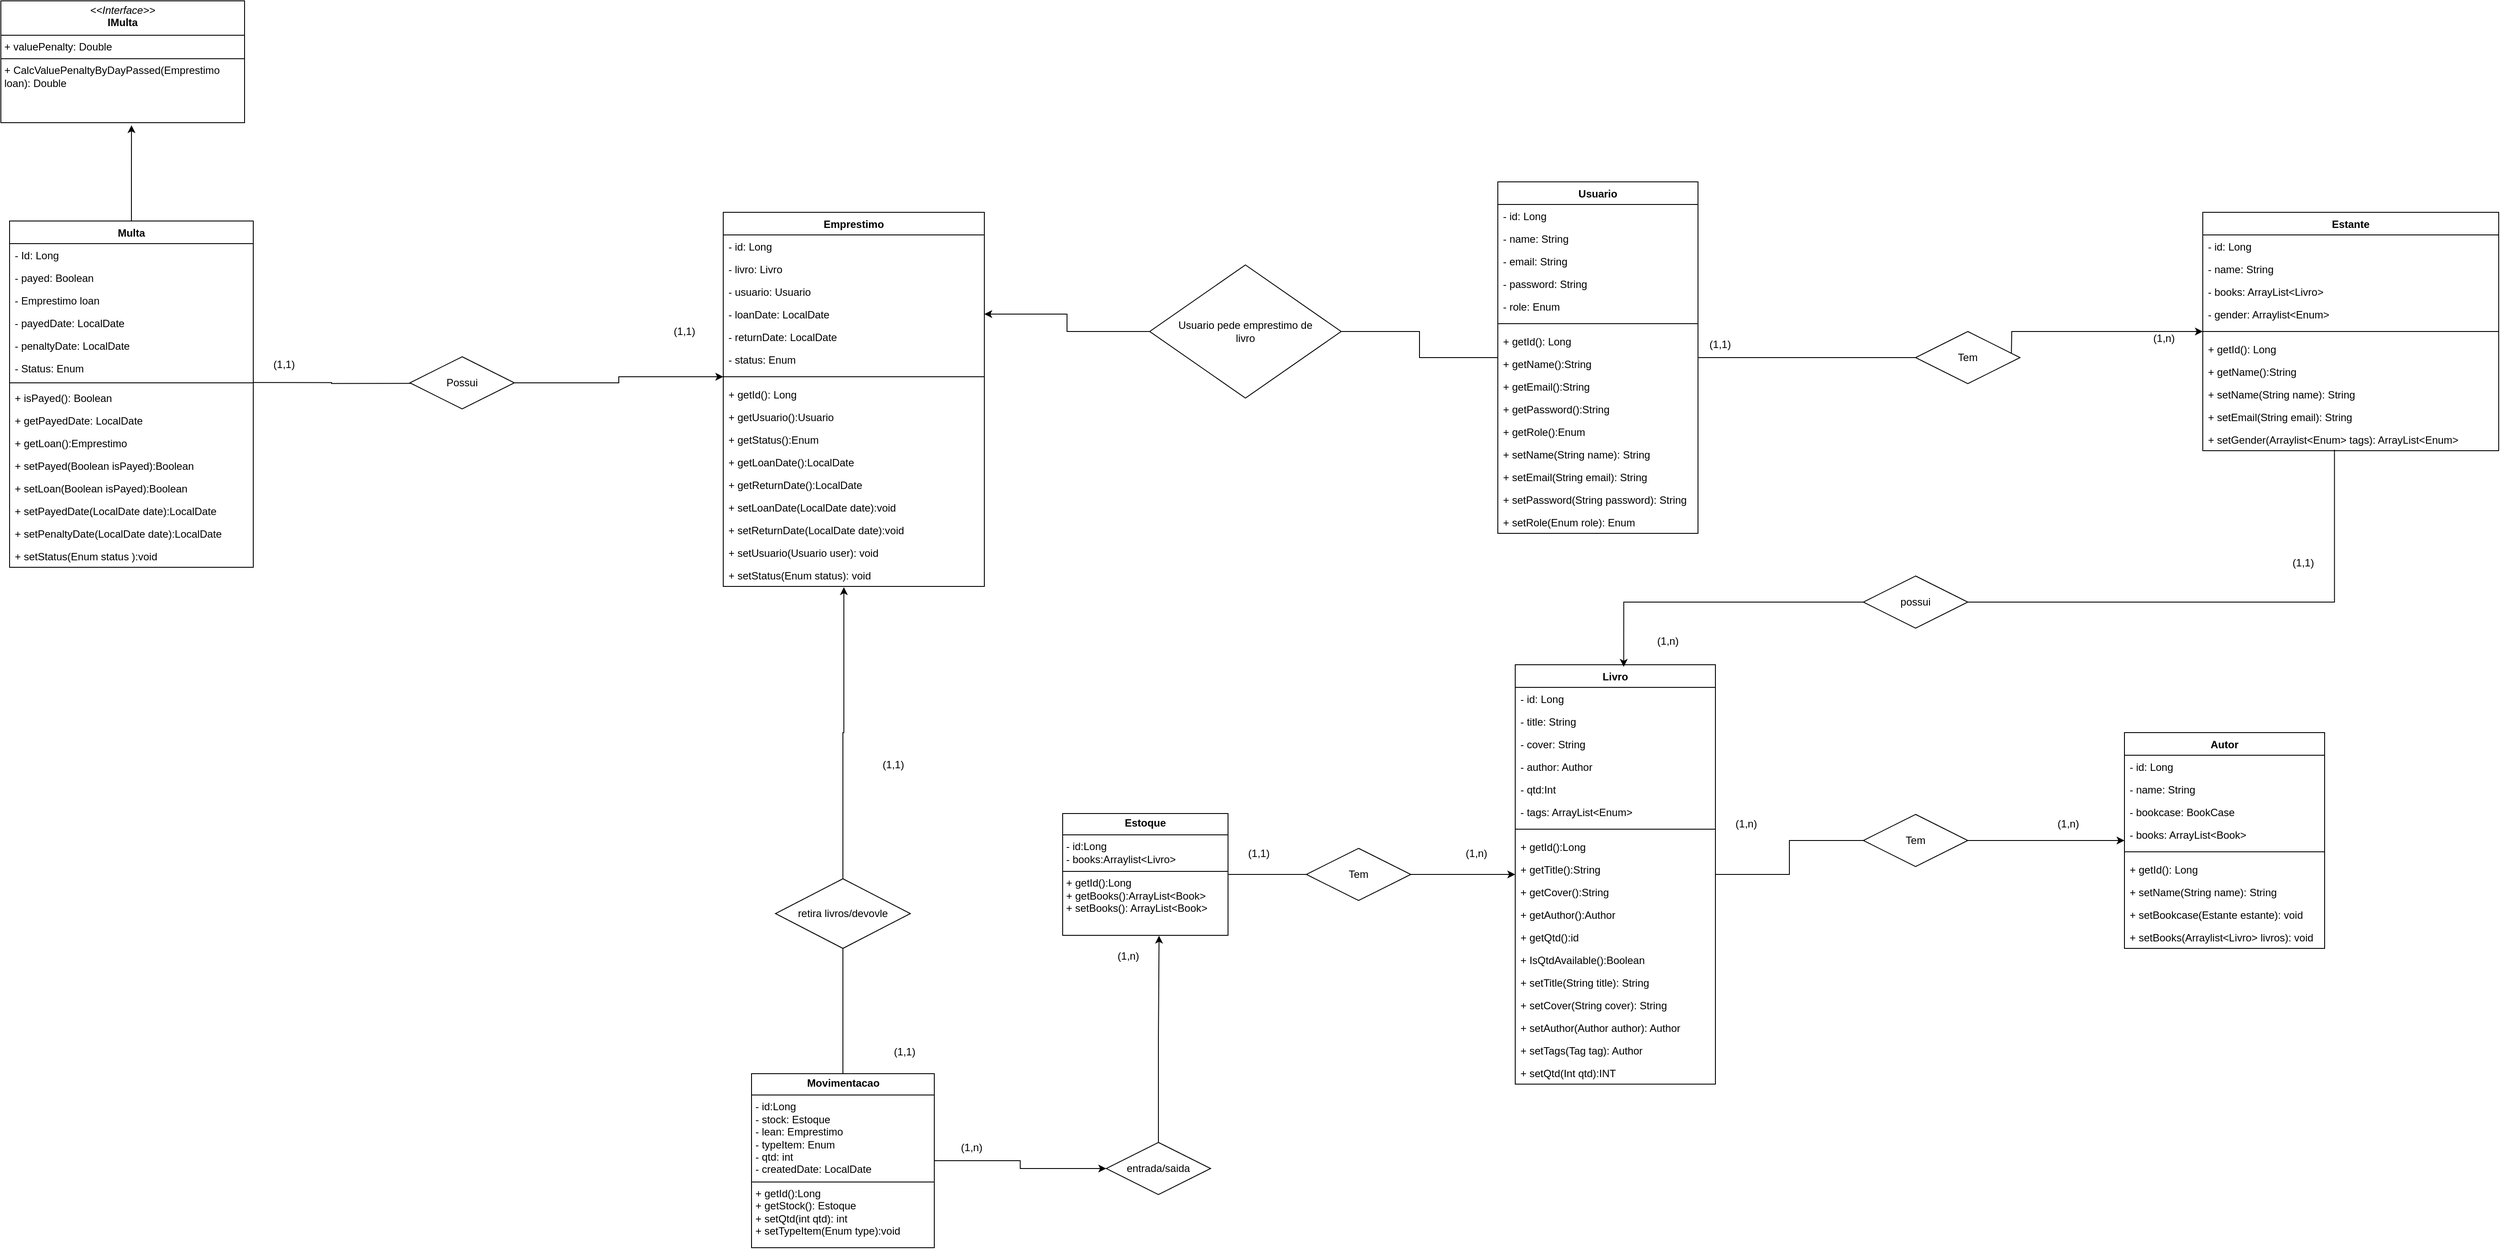
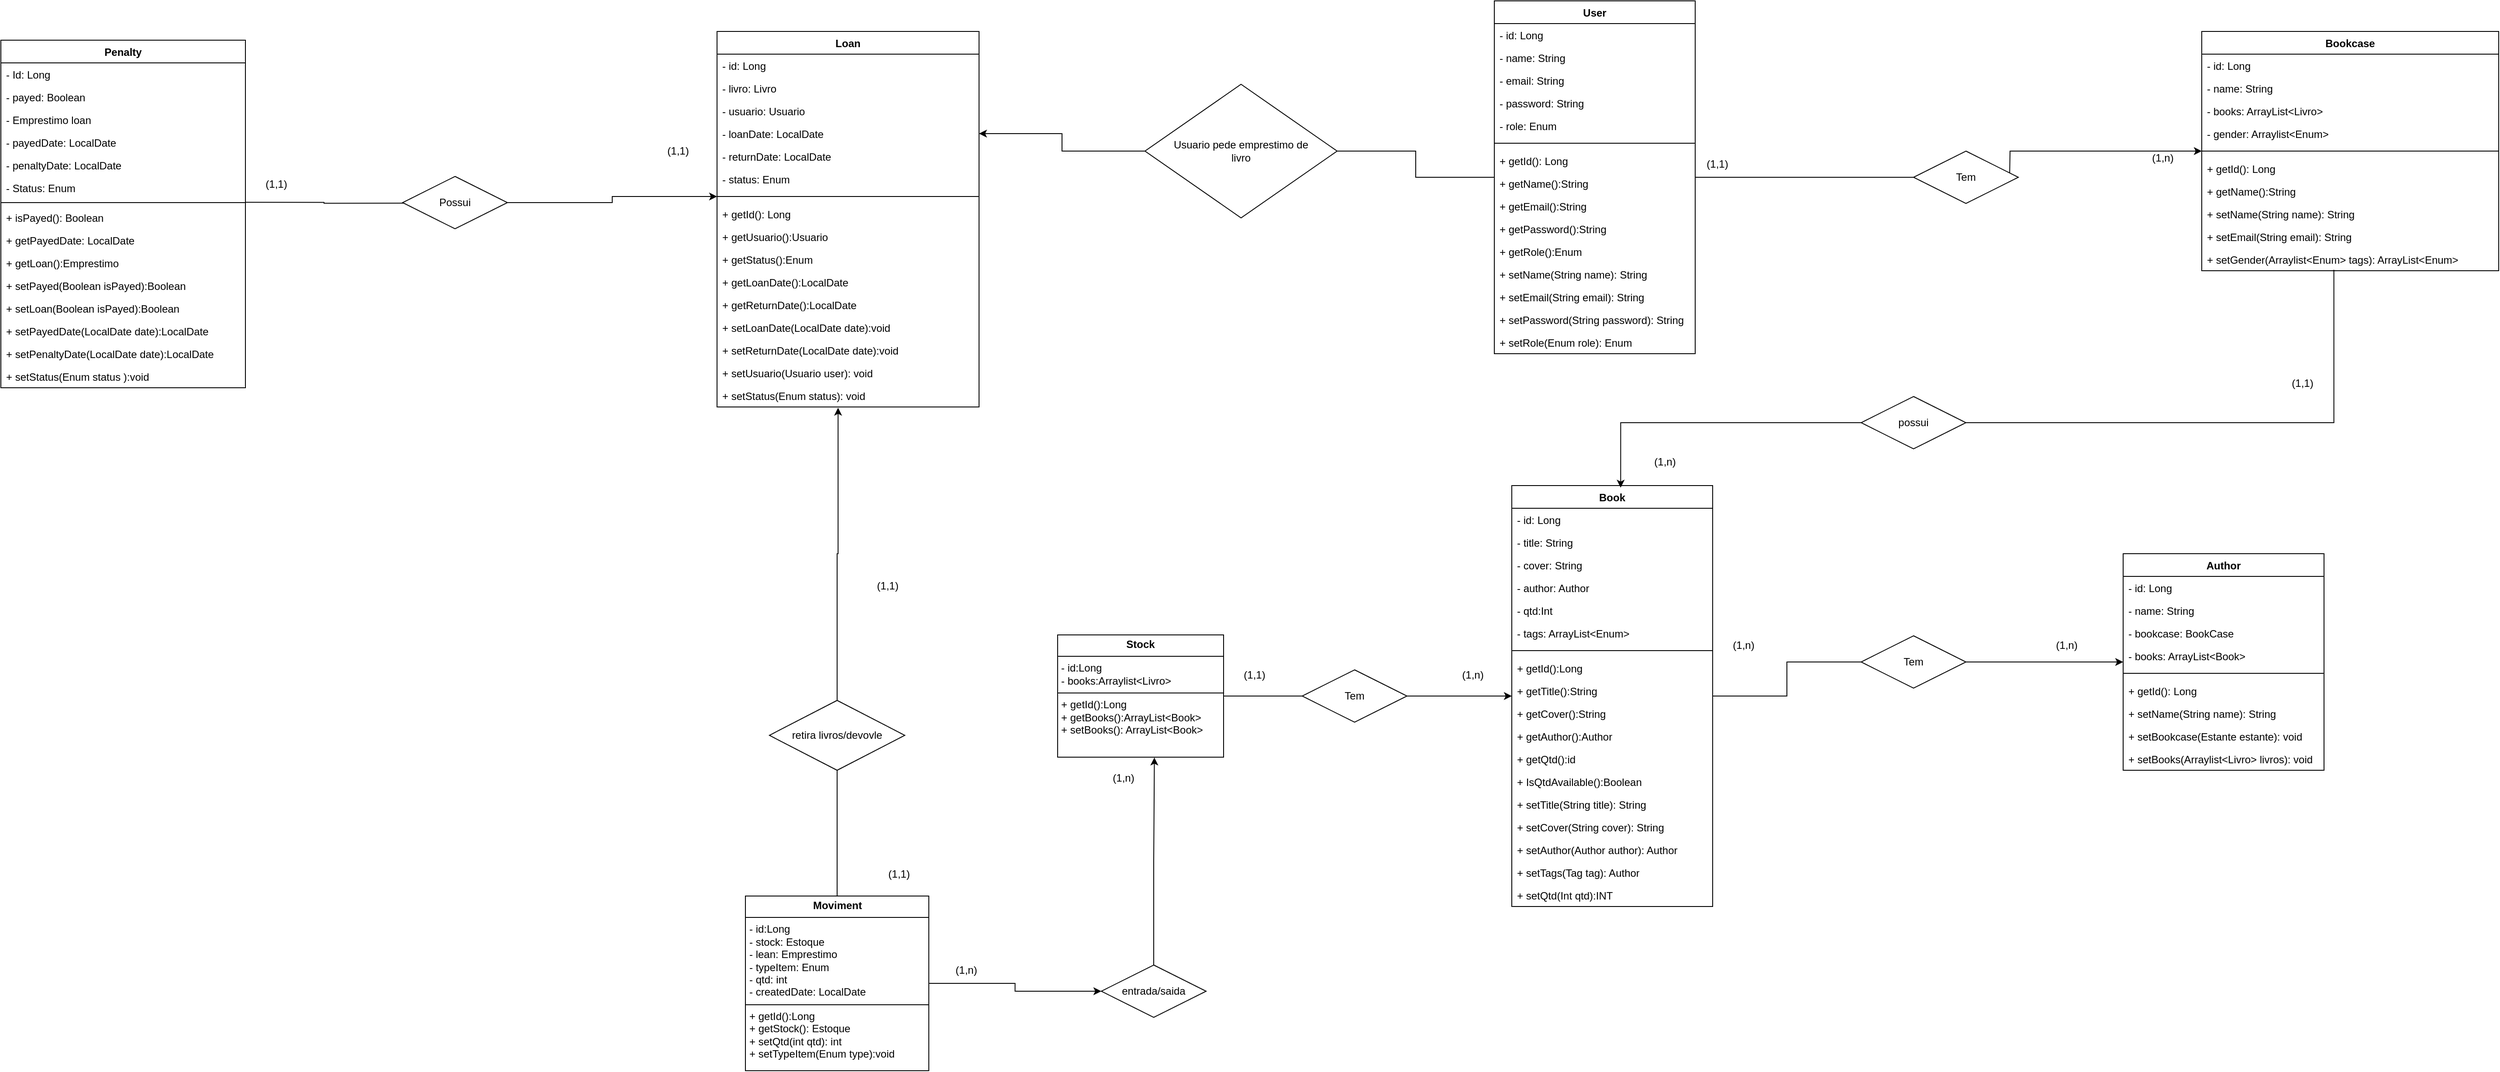
<mxfile host="Electron" agent="Mozilla/5.0 (Windows NT 10.0; Win64; x64) AppleWebKit/537.36 (KHTML, like Gecko) draw.io/29.6.6 Chrome/144.0.7559.236 Electron/40.8.4 Safari/537.36" version="29.6.6">
  <diagram name="Página-1" id="Kx7T9UcbU51RKCMPcttM">
    <mxGraphModel dx="4016" dy="1816" grid="1" gridSize="10" guides="1" tooltips="1" connect="1" arrows="1" fold="1" page="1" pageScale="1" pageWidth="1169" pageHeight="827" math="0" shadow="0">
      <root>
        <mxCell id="0" />
        <mxCell id="1" parent="0" />
        <mxCell id="uXCx0sb0L0lpM-7Oejf6-9" edge="1" parent="1" source="KmSjKLGz71K4W9qImJ2B-2" style="edgeStyle=orthogonalEdgeStyle;rounded=0;orthogonalLoop=1;jettySize=auto;html=1;endArrow=none;endFill=0;entryX=0;entryY=0.5;entryDx=0;entryDy=0;" target="VC9RXPg_d_1Dh3A2mj1C-4">
          <mxGeometry relative="1" as="geometry">
            <mxPoint x="640" y="-2.9999999999997726" as="targetPoint" />
          </mxGeometry>
        </mxCell>
        <mxCell id="VC9RXPg_d_1Dh3A2mj1C-3" edge="1" parent="1" source="KmSjKLGz71K4W9qImJ2B-2" style="edgeStyle=orthogonalEdgeStyle;rounded=0;orthogonalLoop=1;jettySize=auto;html=1;entryX=1;entryY=0.5;entryDx=0;entryDy=0;endArrow=none;endFill=0;" target="VC9RXPg_d_1Dh3A2mj1C-1">
          <mxGeometry relative="1" as="geometry" />
        </mxCell>
-         <mxCell id="KmSjKLGz71K4W9qImJ2B-2" parent="1" style="swimlane;fontStyle=1;align=center;verticalAlign=top;childLayout=stackLayout;horizontal=1;startSize=26;horizontalStack=0;resizeParent=1;resizeParentMax=0;resizeLast=0;collapsible=1;marginBottom=0;whiteSpace=wrap;html=1;" value="Usuario" vertex="1">
+         <mxCell id="KmSjKLGz71K4W9qImJ2B-2" parent="1" style="swimlane;fontStyle=1;align=center;verticalAlign=top;childLayout=stackLayout;horizontal=1;startSize=26;horizontalStack=0;resizeParent=1;resizeParentMax=0;resizeLast=0;collapsible=1;marginBottom=0;whiteSpace=wrap;html=1;" value="User" vertex="1">
          <mxGeometry height="404" width="230" x="140" y="-205" as="geometry" />
        </mxCell>
        <mxCell id="KmSjKLGz71K4W9qImJ2B-3" parent="KmSjKLGz71K4W9qImJ2B-2" style="text;strokeColor=none;fillColor=none;align=left;verticalAlign=top;spacingLeft=4;spacingRight=4;overflow=hidden;rotatable=0;points=[[0,0.5],[1,0.5]];portConstraint=eastwest;whiteSpace=wrap;html=1;" value="- id: Long" vertex="1">
          <mxGeometry height="26" width="230" y="26" as="geometry" />
        </mxCell>
        <mxCell id="KmSjKLGz71K4W9qImJ2B-6" parent="KmSjKLGz71K4W9qImJ2B-2" style="text;strokeColor=none;fillColor=none;align=left;verticalAlign=top;spacingLeft=4;spacingRight=4;overflow=hidden;rotatable=0;points=[[0,0.5],[1,0.5]];portConstraint=eastwest;whiteSpace=wrap;html=1;" value="- name: String" vertex="1">
          <mxGeometry height="26" width="230" y="52" as="geometry" />
        </mxCell>
        <mxCell id="KmSjKLGz71K4W9qImJ2B-7" parent="KmSjKLGz71K4W9qImJ2B-2" style="text;strokeColor=none;fillColor=none;align=left;verticalAlign=top;spacingLeft=4;spacingRight=4;overflow=hidden;rotatable=0;points=[[0,0.5],[1,0.5]];portConstraint=eastwest;whiteSpace=wrap;html=1;" value="- email: String" vertex="1">
          <mxGeometry height="26" width="230" y="78" as="geometry" />
        </mxCell>
        <mxCell id="KmSjKLGz71K4W9qImJ2B-8" parent="KmSjKLGz71K4W9qImJ2B-2" style="text;strokeColor=none;fillColor=none;align=left;verticalAlign=top;spacingLeft=4;spacingRight=4;overflow=hidden;rotatable=0;points=[[0,0.5],[1,0.5]];portConstraint=eastwest;whiteSpace=wrap;html=1;" value="- password: String" vertex="1">
          <mxGeometry height="26" width="230" y="104" as="geometry" />
        </mxCell>
        <mxCell id="KmSjKLGz71K4W9qImJ2B-9" parent="KmSjKLGz71K4W9qImJ2B-2" style="text;strokeColor=none;fillColor=none;align=left;verticalAlign=top;spacingLeft=4;spacingRight=4;overflow=hidden;rotatable=0;points=[[0,0.5],[1,0.5]];portConstraint=eastwest;whiteSpace=wrap;html=1;" value="- role: Enum" vertex="1">
          <mxGeometry height="26" width="230" y="130" as="geometry" />
        </mxCell>
        <mxCell id="KmSjKLGz71K4W9qImJ2B-4" parent="KmSjKLGz71K4W9qImJ2B-2" style="line;strokeWidth=1;fillColor=none;align=left;verticalAlign=middle;spacingTop=-1;spacingLeft=3;spacingRight=3;rotatable=0;labelPosition=right;points=[];portConstraint=eastwest;strokeColor=inherit;" value="" vertex="1">
          <mxGeometry height="14" width="230" y="156" as="geometry" />
        </mxCell>
        <mxCell id="KmSjKLGz71K4W9qImJ2B-5" parent="KmSjKLGz71K4W9qImJ2B-2" style="text;strokeColor=none;fillColor=none;align=left;verticalAlign=top;spacingLeft=4;spacingRight=4;overflow=hidden;rotatable=0;points=[[0,0.5],[1,0.5]];portConstraint=eastwest;whiteSpace=wrap;html=1;" value="+ getId(): Long" vertex="1">
          <mxGeometry height="26" width="230" y="170" as="geometry" />
        </mxCell>
        <mxCell id="KmSjKLGz71K4W9qImJ2B-10" parent="KmSjKLGz71K4W9qImJ2B-2" style="text;strokeColor=none;fillColor=none;align=left;verticalAlign=top;spacingLeft=4;spacingRight=4;overflow=hidden;rotatable=0;points=[[0,0.5],[1,0.5]];portConstraint=eastwest;whiteSpace=wrap;html=1;" value="+ getName():String" vertex="1">
          <mxGeometry height="26" width="230" y="196" as="geometry" />
        </mxCell>
        <mxCell id="KmSjKLGz71K4W9qImJ2B-11" parent="KmSjKLGz71K4W9qImJ2B-2" style="text;strokeColor=none;fillColor=none;align=left;verticalAlign=top;spacingLeft=4;spacingRight=4;overflow=hidden;rotatable=0;points=[[0,0.5],[1,0.5]];portConstraint=eastwest;whiteSpace=wrap;html=1;" value="+ getEmail():String" vertex="1">
          <mxGeometry height="26" width="230" y="222" as="geometry" />
        </mxCell>
        <mxCell id="KmSjKLGz71K4W9qImJ2B-12" parent="KmSjKLGz71K4W9qImJ2B-2" style="text;strokeColor=none;fillColor=none;align=left;verticalAlign=top;spacingLeft=4;spacingRight=4;overflow=hidden;rotatable=0;points=[[0,0.5],[1,0.5]];portConstraint=eastwest;whiteSpace=wrap;html=1;" value="+ getPassword():String" vertex="1">
          <mxGeometry height="26" width="230" y="248" as="geometry" />
        </mxCell>
        <mxCell id="KmSjKLGz71K4W9qImJ2B-13" parent="KmSjKLGz71K4W9qImJ2B-2" style="text;strokeColor=none;fillColor=none;align=left;verticalAlign=top;spacingLeft=4;spacingRight=4;overflow=hidden;rotatable=0;points=[[0,0.5],[1,0.5]];portConstraint=eastwest;whiteSpace=wrap;html=1;" value="+ getRole():Enum" vertex="1">
          <mxGeometry height="26" width="230" y="274" as="geometry" />
        </mxCell>
        <mxCell id="KmSjKLGz71K4W9qImJ2B-14" parent="KmSjKLGz71K4W9qImJ2B-2" style="text;strokeColor=none;fillColor=none;align=left;verticalAlign=top;spacingLeft=4;spacingRight=4;overflow=hidden;rotatable=0;points=[[0,0.5],[1,0.5]];portConstraint=eastwest;whiteSpace=wrap;html=1;" value="+ setName(String name): String" vertex="1">
          <mxGeometry height="26" width="230" y="300" as="geometry" />
        </mxCell>
        <mxCell id="KmSjKLGz71K4W9qImJ2B-15" parent="KmSjKLGz71K4W9qImJ2B-2" style="text;strokeColor=none;fillColor=none;align=left;verticalAlign=top;spacingLeft=4;spacingRight=4;overflow=hidden;rotatable=0;points=[[0,0.5],[1,0.5]];portConstraint=eastwest;whiteSpace=wrap;html=1;" value="+ setEmail(String email): String" vertex="1">
          <mxGeometry height="26" width="230" y="326" as="geometry" />
        </mxCell>
        <mxCell id="KmSjKLGz71K4W9qImJ2B-16" parent="KmSjKLGz71K4W9qImJ2B-2" style="text;strokeColor=none;fillColor=none;align=left;verticalAlign=top;spacingLeft=4;spacingRight=4;overflow=hidden;rotatable=0;points=[[0,0.5],[1,0.5]];portConstraint=eastwest;whiteSpace=wrap;html=1;" value="+ setPassword(String password): String" vertex="1">
          <mxGeometry height="26" width="230" y="352" as="geometry" />
        </mxCell>
        <mxCell id="KmSjKLGz71K4W9qImJ2B-17" parent="KmSjKLGz71K4W9qImJ2B-2" style="text;strokeColor=none;fillColor=none;align=left;verticalAlign=top;spacingLeft=4;spacingRight=4;overflow=hidden;rotatable=0;points=[[0,0.5],[1,0.5]];portConstraint=eastwest;whiteSpace=wrap;html=1;" value="+ setRole(Enum role): Enum" vertex="1">
          <mxGeometry height="26" width="230" y="378" as="geometry" />
        </mxCell>
        <mxCell id="uXCx0sb0L0lpM-7Oejf6-8" edge="1" parent="1" source="KmSjKLGz71K4W9qImJ2B-35" style="edgeStyle=orthogonalEdgeStyle;rounded=0;orthogonalLoop=1;jettySize=auto;html=1;entryX=0;entryY=0.5;entryDx=0;entryDy=0;endArrow=none;endFill=0;" target="VC9RXPg_d_1Dh3A2mj1C-8">
          <mxGeometry relative="1" as="geometry">
            <mxPoint x="520" y="552" as="targetPoint" />
          </mxGeometry>
        </mxCell>
-         <mxCell id="KmSjKLGz71K4W9qImJ2B-35" parent="1" style="swimlane;fontStyle=1;align=center;verticalAlign=top;childLayout=stackLayout;horizontal=1;startSize=26;horizontalStack=0;resizeParent=1;resizeParentMax=0;resizeLast=0;collapsible=1;marginBottom=0;whiteSpace=wrap;html=1;" value="Livro" vertex="1">
+         <mxCell id="KmSjKLGz71K4W9qImJ2B-35" parent="1" style="swimlane;fontStyle=1;align=center;verticalAlign=top;childLayout=stackLayout;horizontal=1;startSize=26;horizontalStack=0;resizeParent=1;resizeParentMax=0;resizeLast=0;collapsible=1;marginBottom=0;whiteSpace=wrap;html=1;" value="Book" vertex="1">
          <mxGeometry height="482" width="230" x="160" y="350" as="geometry" />
        </mxCell>
        <mxCell id="KmSjKLGz71K4W9qImJ2B-36" parent="KmSjKLGz71K4W9qImJ2B-35" style="text;strokeColor=none;fillColor=none;align=left;verticalAlign=top;spacingLeft=4;spacingRight=4;overflow=hidden;rotatable=0;points=[[0,0.5],[1,0.5]];portConstraint=eastwest;whiteSpace=wrap;html=1;" value="- id: Long" vertex="1">
          <mxGeometry height="26" width="230" y="26" as="geometry" />
        </mxCell>
        <mxCell id="KmSjKLGz71K4W9qImJ2B-38" parent="KmSjKLGz71K4W9qImJ2B-35" style="text;strokeColor=none;fillColor=none;align=left;verticalAlign=top;spacingLeft=4;spacingRight=4;overflow=hidden;rotatable=0;points=[[0,0.5],[1,0.5]];portConstraint=eastwest;whiteSpace=wrap;html=1;" value="- title: String" vertex="1">
          <mxGeometry height="26" width="230" y="52" as="geometry" />
        </mxCell>
        <mxCell id="KmSjKLGz71K4W9qImJ2B-39" parent="KmSjKLGz71K4W9qImJ2B-35" style="text;strokeColor=none;fillColor=none;align=left;verticalAlign=top;spacingLeft=4;spacingRight=4;overflow=hidden;rotatable=0;points=[[0,0.5],[1,0.5]];portConstraint=eastwest;whiteSpace=wrap;html=1;" value="- cover: String" vertex="1">
          <mxGeometry height="26" width="230" y="78" as="geometry" />
        </mxCell>
        <mxCell id="KmSjKLGz71K4W9qImJ2B-40" parent="KmSjKLGz71K4W9qImJ2B-35" style="text;strokeColor=none;fillColor=none;align=left;verticalAlign=top;spacingLeft=4;spacingRight=4;overflow=hidden;rotatable=0;points=[[0,0.5],[1,0.5]];portConstraint=eastwest;whiteSpace=wrap;html=1;" value="- author: Author" vertex="1">
          <mxGeometry height="26" width="230" y="104" as="geometry" />
        </mxCell>
        <mxCell id="uXCx0sb0L0lpM-7Oejf6-7" parent="KmSjKLGz71K4W9qImJ2B-35" style="text;strokeColor=none;fillColor=none;align=left;verticalAlign=top;spacingLeft=4;spacingRight=4;overflow=hidden;rotatable=0;points=[[0,0.5],[1,0.5]];portConstraint=eastwest;whiteSpace=wrap;html=1;" value="- qtd:Int" vertex="1">
          <mxGeometry height="26" width="230" y="130" as="geometry" />
        </mxCell>
        <mxCell id="KmSjKLGz71K4W9qImJ2B-139" parent="KmSjKLGz71K4W9qImJ2B-35" style="text;strokeColor=none;fillColor=none;align=left;verticalAlign=top;spacingLeft=4;spacingRight=4;overflow=hidden;rotatable=0;points=[[0,0.5],[1,0.5]];portConstraint=eastwest;whiteSpace=wrap;html=1;" value="- tags: ArrayList&amp;lt;Enum&amp;gt;" vertex="1">
          <mxGeometry height="26" width="230" y="156" as="geometry" />
        </mxCell>
        <mxCell id="KmSjKLGz71K4W9qImJ2B-41" parent="KmSjKLGz71K4W9qImJ2B-35" style="line;strokeWidth=1;fillColor=none;align=left;verticalAlign=middle;spacingTop=-1;spacingLeft=3;spacingRight=3;rotatable=0;labelPosition=right;points=[];portConstraint=eastwest;strokeColor=inherit;" value="" vertex="1">
          <mxGeometry height="14" width="230" y="182" as="geometry" />
        </mxCell>
        <mxCell id="KmSjKLGz71K4W9qImJ2B-42" parent="KmSjKLGz71K4W9qImJ2B-35" style="text;strokeColor=none;fillColor=none;align=left;verticalAlign=top;spacingLeft=4;spacingRight=4;overflow=hidden;rotatable=0;points=[[0,0.5],[1,0.5]];portConstraint=eastwest;whiteSpace=wrap;html=1;" value="+ getId():Long" vertex="1">
          <mxGeometry height="26" width="230" y="196" as="geometry" />
        </mxCell>
        <mxCell id="KmSjKLGz71K4W9qImJ2B-43" parent="KmSjKLGz71K4W9qImJ2B-35" style="text;strokeColor=none;fillColor=none;align=left;verticalAlign=top;spacingLeft=4;spacingRight=4;overflow=hidden;rotatable=0;points=[[0,0.5],[1,0.5]];portConstraint=eastwest;whiteSpace=wrap;html=1;" value="+ getTitle():String" vertex="1">
          <mxGeometry height="26" width="230" y="222" as="geometry" />
        </mxCell>
        <mxCell id="KmSjKLGz71K4W9qImJ2B-44" parent="KmSjKLGz71K4W9qImJ2B-35" style="text;strokeColor=none;fillColor=none;align=left;verticalAlign=top;spacingLeft=4;spacingRight=4;overflow=hidden;rotatable=0;points=[[0,0.5],[1,0.5]];portConstraint=eastwest;whiteSpace=wrap;html=1;" value="+ getCover():String" vertex="1">
          <mxGeometry height="26" width="230" y="248" as="geometry" />
        </mxCell>
        <mxCell id="KmSjKLGz71K4W9qImJ2B-45" parent="KmSjKLGz71K4W9qImJ2B-35" style="text;strokeColor=none;fillColor=none;align=left;verticalAlign=top;spacingLeft=4;spacingRight=4;overflow=hidden;rotatable=0;points=[[0,0.5],[1,0.5]];portConstraint=eastwest;whiteSpace=wrap;html=1;" value="+ getAuthor():Author" vertex="1">
          <mxGeometry height="26" width="230" y="274" as="geometry" />
        </mxCell>
        <mxCell id="VC9RXPg_d_1Dh3A2mj1C-16" parent="KmSjKLGz71K4W9qImJ2B-35" style="text;strokeColor=none;fillColor=none;align=left;verticalAlign=top;spacingLeft=4;spacingRight=4;overflow=hidden;rotatable=0;points=[[0,0.5],[1,0.5]];portConstraint=eastwest;whiteSpace=wrap;html=1;" value="+ getQtd():id" vertex="1">
          <mxGeometry height="26" width="230" y="300" as="geometry" />
        </mxCell>
        <mxCell id="VC9RXPg_d_1Dh3A2mj1C-17" parent="KmSjKLGz71K4W9qImJ2B-35" style="text;strokeColor=none;fillColor=none;align=left;verticalAlign=top;spacingLeft=4;spacingRight=4;overflow=hidden;rotatable=0;points=[[0,0.5],[1,0.5]];portConstraint=eastwest;whiteSpace=wrap;html=1;" value="+ IsQtdAvailable():Boolean" vertex="1">
          <mxGeometry height="26" width="230" y="326" as="geometry" />
        </mxCell>
        <mxCell id="KmSjKLGz71K4W9qImJ2B-47" parent="KmSjKLGz71K4W9qImJ2B-35" style="text;strokeColor=none;fillColor=none;align=left;verticalAlign=top;spacingLeft=4;spacingRight=4;overflow=hidden;rotatable=0;points=[[0,0.5],[1,0.5]];portConstraint=eastwest;whiteSpace=wrap;html=1;" value="+ setTitle(String title): String" vertex="1">
          <mxGeometry height="26" width="230" y="352" as="geometry" />
        </mxCell>
        <mxCell id="KmSjKLGz71K4W9qImJ2B-48" parent="KmSjKLGz71K4W9qImJ2B-35" style="text;strokeColor=none;fillColor=none;align=left;verticalAlign=top;spacingLeft=4;spacingRight=4;overflow=hidden;rotatable=0;points=[[0,0.5],[1,0.5]];portConstraint=eastwest;whiteSpace=wrap;html=1;" value="+ setCover(String cover): String" vertex="1">
          <mxGeometry height="26" width="230" y="378" as="geometry" />
        </mxCell>
        <mxCell id="KmSjKLGz71K4W9qImJ2B-49" parent="KmSjKLGz71K4W9qImJ2B-35" style="text;strokeColor=none;fillColor=none;align=left;verticalAlign=top;spacingLeft=4;spacingRight=4;overflow=hidden;rotatable=0;points=[[0,0.5],[1,0.5]];portConstraint=eastwest;whiteSpace=wrap;html=1;" value="+ setAuthor(Author author): Author" vertex="1">
          <mxGeometry height="26" width="230" y="404" as="geometry" />
        </mxCell>
        <mxCell id="KmSjKLGz71K4W9qImJ2B-140" parent="KmSjKLGz71K4W9qImJ2B-35" style="text;strokeColor=none;fillColor=none;align=left;verticalAlign=top;spacingLeft=4;spacingRight=4;overflow=hidden;rotatable=0;points=[[0,0.5],[1,0.5]];portConstraint=eastwest;whiteSpace=wrap;html=1;" value="+ setTags(Tag tag): Author" vertex="1">
          <mxGeometry height="26" width="230" y="430" as="geometry" />
        </mxCell>
        <mxCell id="VC9RXPg_d_1Dh3A2mj1C-18" parent="KmSjKLGz71K4W9qImJ2B-35" style="text;strokeColor=none;fillColor=none;align=left;verticalAlign=top;spacingLeft=4;spacingRight=4;overflow=hidden;rotatable=0;points=[[0,0.5],[1,0.5]];portConstraint=eastwest;whiteSpace=wrap;html=1;" value="+ setQtd(Int qtd):INT" vertex="1">
          <mxGeometry height="26" width="230" y="456" as="geometry" />
        </mxCell>
-         <mxCell id="KmSjKLGz71K4W9qImJ2B-64" parent="1" style="swimlane;fontStyle=1;align=center;verticalAlign=top;childLayout=stackLayout;horizontal=1;startSize=26;horizontalStack=0;resizeParent=1;resizeParentMax=0;resizeLast=0;collapsible=1;marginBottom=0;whiteSpace=wrap;html=1;" value="Autor" vertex="1">
+         <mxCell id="KmSjKLGz71K4W9qImJ2B-64" parent="1" style="swimlane;fontStyle=1;align=center;verticalAlign=top;childLayout=stackLayout;horizontal=1;startSize=26;horizontalStack=0;resizeParent=1;resizeParentMax=0;resizeLast=0;collapsible=1;marginBottom=0;whiteSpace=wrap;html=1;" value="Author" vertex="1">
          <mxGeometry height="248" width="230" x="860" y="428" as="geometry" />
        </mxCell>
        <mxCell id="KmSjKLGz71K4W9qImJ2B-65" parent="KmSjKLGz71K4W9qImJ2B-64" style="text;strokeColor=none;fillColor=none;align=left;verticalAlign=top;spacingLeft=4;spacingRight=4;overflow=hidden;rotatable=0;points=[[0,0.5],[1,0.5]];portConstraint=eastwest;whiteSpace=wrap;html=1;" value="- id: Long" vertex="1">
          <mxGeometry height="26" width="230" y="26" as="geometry" />
        </mxCell>
        <mxCell id="KmSjKLGz71K4W9qImJ2B-66" parent="KmSjKLGz71K4W9qImJ2B-64" style="text;strokeColor=none;fillColor=none;align=left;verticalAlign=top;spacingLeft=4;spacingRight=4;overflow=hidden;rotatable=0;points=[[0,0.5],[1,0.5]];portConstraint=eastwest;whiteSpace=wrap;html=1;" value="- name: String" vertex="1">
          <mxGeometry height="26" width="230" y="52" as="geometry" />
        </mxCell>
        <mxCell id="KmSjKLGz71K4W9qImJ2B-149" parent="KmSjKLGz71K4W9qImJ2B-64" style="text;strokeColor=none;fillColor=none;align=left;verticalAlign=top;spacingLeft=4;spacingRight=4;overflow=hidden;rotatable=0;points=[[0,0.5],[1,0.5]];portConstraint=eastwest;whiteSpace=wrap;html=1;" value="- bookcase: BookCase" vertex="1">
          <mxGeometry height="26" width="230" y="78" as="geometry" />
        </mxCell>
        <mxCell id="uXCx0sb0L0lpM-7Oejf6-3" parent="KmSjKLGz71K4W9qImJ2B-64" style="text;strokeColor=none;fillColor=none;align=left;verticalAlign=top;spacingLeft=4;spacingRight=4;overflow=hidden;rotatable=0;points=[[0,0.5],[1,0.5]];portConstraint=eastwest;whiteSpace=wrap;html=1;" value="- books: ArrayList&amp;lt;Book&amp;gt;" vertex="1">
          <mxGeometry height="26" width="230" y="104" as="geometry" />
        </mxCell>
        <mxCell id="KmSjKLGz71K4W9qImJ2B-70" parent="KmSjKLGz71K4W9qImJ2B-64" style="line;strokeWidth=1;fillColor=none;align=left;verticalAlign=middle;spacingTop=-1;spacingLeft=3;spacingRight=3;rotatable=0;labelPosition=right;points=[];portConstraint=eastwest;strokeColor=inherit;" value="" vertex="1">
          <mxGeometry height="14" width="230" y="130" as="geometry" />
        </mxCell>
        <mxCell id="KmSjKLGz71K4W9qImJ2B-71" parent="KmSjKLGz71K4W9qImJ2B-64" style="text;strokeColor=none;fillColor=none;align=left;verticalAlign=top;spacingLeft=4;spacingRight=4;overflow=hidden;rotatable=0;points=[[0,0.5],[1,0.5]];portConstraint=eastwest;whiteSpace=wrap;html=1;" value="+ getId(): Long" vertex="1">
          <mxGeometry height="26" width="230" y="144" as="geometry" />
        </mxCell>
        <mxCell id="KmSjKLGz71K4W9qImJ2B-76" parent="KmSjKLGz71K4W9qImJ2B-64" style="text;strokeColor=none;fillColor=none;align=left;verticalAlign=top;spacingLeft=4;spacingRight=4;overflow=hidden;rotatable=0;points=[[0,0.5],[1,0.5]];portConstraint=eastwest;whiteSpace=wrap;html=1;" value="+ setName(String name): String" vertex="1">
          <mxGeometry height="26" width="230" y="170" as="geometry" />
        </mxCell>
        <mxCell id="dsXsR4ag7PACNrRJgRpK-15" parent="KmSjKLGz71K4W9qImJ2B-64" style="text;strokeColor=none;fillColor=none;align=left;verticalAlign=top;spacingLeft=4;spacingRight=4;overflow=hidden;rotatable=0;points=[[0,0.5],[1,0.5]];portConstraint=eastwest;whiteSpace=wrap;html=1;" value="+ setBookcase(Estante estante): void" vertex="1">
          <mxGeometry height="26" width="230" y="196" as="geometry" />
        </mxCell>
        <mxCell id="dsXsR4ag7PACNrRJgRpK-16" parent="KmSjKLGz71K4W9qImJ2B-64" style="text;strokeColor=none;fillColor=none;align=left;verticalAlign=top;spacingLeft=4;spacingRight=4;overflow=hidden;rotatable=0;points=[[0,0.5],[1,0.5]];portConstraint=eastwest;whiteSpace=wrap;html=1;" value="+ setBooks(Arraylist&amp;lt;Livro&amp;gt; livros): void" vertex="1">
          <mxGeometry height="26" width="230" y="222" as="geometry" />
        </mxCell>
-         <mxCell id="KmSjKLGz71K4W9qImJ2B-80" parent="1" style="swimlane;fontStyle=1;align=center;verticalAlign=top;childLayout=stackLayout;horizontal=1;startSize=26;horizontalStack=0;resizeParent=1;resizeParentMax=0;resizeLast=0;collapsible=1;marginBottom=0;whiteSpace=wrap;html=1;" value="Emprestimo" vertex="1">
+         <mxCell id="KmSjKLGz71K4W9qImJ2B-80" parent="1" style="swimlane;fontStyle=1;align=center;verticalAlign=top;childLayout=stackLayout;horizontal=1;startSize=26;horizontalStack=0;resizeParent=1;resizeParentMax=0;resizeLast=0;collapsible=1;marginBottom=0;whiteSpace=wrap;html=1;" value="Loan" vertex="1">
          <mxGeometry height="430" width="300" x="-750" y="-170" as="geometry" />
        </mxCell>
        <mxCell id="KmSjKLGz71K4W9qImJ2B-81" parent="KmSjKLGz71K4W9qImJ2B-80" style="text;strokeColor=none;fillColor=none;align=left;verticalAlign=top;spacingLeft=4;spacingRight=4;overflow=hidden;rotatable=0;points=[[0,0.5],[1,0.5]];portConstraint=eastwest;whiteSpace=wrap;html=1;" value="- id: Long" vertex="1">
          <mxGeometry height="26" width="300" y="26" as="geometry" />
        </mxCell>
        <mxCell id="KmSjKLGz71K4W9qImJ2B-82" parent="KmSjKLGz71K4W9qImJ2B-80" style="text;strokeColor=none;fillColor=none;align=left;verticalAlign=top;spacingLeft=4;spacingRight=4;overflow=hidden;rotatable=0;points=[[0,0.5],[1,0.5]];portConstraint=eastwest;whiteSpace=wrap;html=1;" value="- livro: Livro" vertex="1">
          <mxGeometry height="26" width="300" y="52" as="geometry" />
        </mxCell>
        <mxCell id="uXCx0sb0L0lpM-7Oejf6-6" parent="KmSjKLGz71K4W9qImJ2B-80" style="text;strokeColor=none;fillColor=none;align=left;verticalAlign=top;spacingLeft=4;spacingRight=4;overflow=hidden;rotatable=0;points=[[0,0.5],[1,0.5]];portConstraint=eastwest;whiteSpace=wrap;html=1;" value="- usuario: Usuario" vertex="1">
          <mxGeometry height="26" width="300" y="78" as="geometry" />
        </mxCell>
        <mxCell id="KmSjKLGz71K4W9qImJ2B-84" parent="KmSjKLGz71K4W9qImJ2B-80" style="text;strokeColor=none;fillColor=none;align=left;verticalAlign=top;spacingLeft=4;spacingRight=4;overflow=hidden;rotatable=0;points=[[0,0.5],[1,0.5]];portConstraint=eastwest;whiteSpace=wrap;html=1;" value="- loanDate: LocalDate" vertex="1">
          <mxGeometry height="26" width="300" y="104" as="geometry" />
        </mxCell>
        <mxCell id="uXCx0sb0L0lpM-7Oejf6-5" parent="KmSjKLGz71K4W9qImJ2B-80" style="text;strokeColor=none;fillColor=none;align=left;verticalAlign=top;spacingLeft=4;spacingRight=4;overflow=hidden;rotatable=0;points=[[0,0.5],[1,0.5]];portConstraint=eastwest;whiteSpace=wrap;html=1;" value="- returnDate: LocalDate" vertex="1">
          <mxGeometry height="26" width="300" y="130" as="geometry" />
        </mxCell>
        <mxCell id="VC9RXPg_d_1Dh3A2mj1C-10" parent="KmSjKLGz71K4W9qImJ2B-80" style="text;strokeColor=none;fillColor=none;align=left;verticalAlign=top;spacingLeft=4;spacingRight=4;overflow=hidden;rotatable=0;points=[[0,0.5],[1,0.5]];portConstraint=eastwest;whiteSpace=wrap;html=1;" value="- status: Enum" vertex="1">
          <mxGeometry height="26" width="300" y="156" as="geometry" />
        </mxCell>
        <mxCell id="KmSjKLGz71K4W9qImJ2B-86" parent="KmSjKLGz71K4W9qImJ2B-80" style="line;strokeWidth=1;fillColor=none;align=left;verticalAlign=middle;spacingTop=-1;spacingLeft=3;spacingRight=3;rotatable=0;labelPosition=right;points=[];portConstraint=eastwest;strokeColor=inherit;" value="" vertex="1">
          <mxGeometry height="14" width="300" y="182" as="geometry" />
        </mxCell>
        <mxCell id="KmSjKLGz71K4W9qImJ2B-87" parent="KmSjKLGz71K4W9qImJ2B-80" style="text;strokeColor=none;fillColor=none;align=left;verticalAlign=top;spacingLeft=4;spacingRight=4;overflow=hidden;rotatable=0;points=[[0,0.5],[1,0.5]];portConstraint=eastwest;whiteSpace=wrap;html=1;" value="+ getId(): Long" vertex="1">
          <mxGeometry height="26" width="300" y="196" as="geometry" />
        </mxCell>
        <mxCell id="KmSjKLGz71K4W9qImJ2B-89" parent="KmSjKLGz71K4W9qImJ2B-80" style="text;strokeColor=none;fillColor=none;align=left;verticalAlign=top;spacingLeft=4;spacingRight=4;overflow=hidden;rotatable=0;points=[[0,0.5],[1,0.5]];portConstraint=eastwest;whiteSpace=wrap;html=1;" value="+ getUsuario():Usuario" vertex="1">
          <mxGeometry height="26" width="300" y="222" as="geometry" />
        </mxCell>
        <mxCell id="KmSjKLGz71K4W9qImJ2B-91" parent="KmSjKLGz71K4W9qImJ2B-80" style="text;strokeColor=none;fillColor=none;align=left;verticalAlign=top;spacingLeft=4;spacingRight=4;overflow=hidden;rotatable=0;points=[[0,0.5],[1,0.5]];portConstraint=eastwest;whiteSpace=wrap;html=1;" value="+ getStatus():Enum" vertex="1">
          <mxGeometry height="26" width="300" y="248" as="geometry" />
        </mxCell>
        <mxCell id="VC9RXPg_d_1Dh3A2mj1C-22" parent="KmSjKLGz71K4W9qImJ2B-80" style="text;strokeColor=none;fillColor=none;align=left;verticalAlign=top;spacingLeft=4;spacingRight=4;overflow=hidden;rotatable=0;points=[[0,0.5],[1,0.5]];portConstraint=eastwest;whiteSpace=wrap;html=1;" value="+ getLoanDate():LocalDate" vertex="1">
          <mxGeometry height="26" width="300" y="274" as="geometry" />
        </mxCell>
        <mxCell id="VC9RXPg_d_1Dh3A2mj1C-26" parent="KmSjKLGz71K4W9qImJ2B-80" style="text;strokeColor=none;fillColor=none;align=left;verticalAlign=top;spacingLeft=4;spacingRight=4;overflow=hidden;rotatable=0;points=[[0,0.5],[1,0.5]];portConstraint=eastwest;whiteSpace=wrap;html=1;" value="+ getReturnDate():LocalDate" vertex="1">
          <mxGeometry height="26" width="300" y="300" as="geometry" />
        </mxCell>
        <mxCell id="VC9RXPg_d_1Dh3A2mj1C-23" parent="KmSjKLGz71K4W9qImJ2B-80" style="text;strokeColor=none;fillColor=none;align=left;verticalAlign=top;spacingLeft=4;spacingRight=4;overflow=hidden;rotatable=0;points=[[0,0.5],[1,0.5]];portConstraint=eastwest;whiteSpace=wrap;html=1;" value="+ setLoanDate(LocalDate date):void" vertex="1">
          <mxGeometry height="26" width="300" y="326" as="geometry" />
        </mxCell>
        <mxCell id="VC9RXPg_d_1Dh3A2mj1C-27" parent="KmSjKLGz71K4W9qImJ2B-80" style="text;strokeColor=none;fillColor=none;align=left;verticalAlign=top;spacingLeft=4;spacingRight=4;overflow=hidden;rotatable=0;points=[[0,0.5],[1,0.5]];portConstraint=eastwest;whiteSpace=wrap;html=1;" value="+ setReturnDate(LocalDate date):void" vertex="1">
          <mxGeometry height="26" width="300" y="352" as="geometry" />
        </mxCell>
        <mxCell id="KmSjKLGz71K4W9qImJ2B-92" parent="KmSjKLGz71K4W9qImJ2B-80" style="text;strokeColor=none;fillColor=none;align=left;verticalAlign=top;spacingLeft=4;spacingRight=4;overflow=hidden;rotatable=0;points=[[0,0.5],[1,0.5]];portConstraint=eastwest;whiteSpace=wrap;html=1;" value="+ setUsuario(Usuario user): void" vertex="1">
          <mxGeometry height="26" width="300" y="378" as="geometry" />
        </mxCell>
        <mxCell id="VC9RXPg_d_1Dh3A2mj1C-31" parent="KmSjKLGz71K4W9qImJ2B-80" style="text;strokeColor=none;fillColor=none;align=left;verticalAlign=top;spacingLeft=4;spacingRight=4;overflow=hidden;rotatable=0;points=[[0,0.5],[1,0.5]];portConstraint=eastwest;whiteSpace=wrap;html=1;" value="+ setStatus(Enum status): void" vertex="1">
          <mxGeometry height="26" width="300" y="404" as="geometry" />
        </mxCell>
        <mxCell id="KmSjKLGz71K4W9qImJ2B-99" edge="1" parent="1" source="VC9RXPg_d_1Dh3A2mj1C-8" style="edgeStyle=orthogonalEdgeStyle;rounded=0;orthogonalLoop=1;jettySize=auto;html=1;exitX=1;exitY=0.5;exitDx=0;exitDy=0;" target="KmSjKLGz71K4W9qImJ2B-64">
          <mxGeometry relative="1" as="geometry">
            <mxPoint x="640" y="552" as="sourcePoint" />
          </mxGeometry>
        </mxCell>
        <mxCell id="KmSjKLGz71K4W9qImJ2B-100" parent="1" style="text;html=1;align=center;verticalAlign=middle;resizable=0;points=[];autosize=1;strokeColor=none;fillColor=none;" value="(1,n)" vertex="1">
          <mxGeometry height="30" width="50" x="400" y="518" as="geometry" />
        </mxCell>
        <mxCell id="uXCx0sb0L0lpM-7Oejf6-14" edge="1" parent="1" source="KmSjKLGz71K4W9qImJ2B-129" style="edgeStyle=orthogonalEdgeStyle;rounded=0;orthogonalLoop=1;jettySize=auto;html=1;entryX=1;entryY=0.5;entryDx=0;entryDy=0;endArrow=none;endFill=0;startArrow=classic;startFill=1;">
          <mxGeometry relative="1" as="geometry">
            <mxPoint x="941.02" y="-5.16599999999994" as="sourcePoint" />
            <mxPoint x="730" y="-3" as="targetPoint" />
          </mxGeometry>
        </mxCell>
        <mxCell id="VC9RXPg_d_1Dh3A2mj1C-12" edge="1" parent="1" source="KmSjKLGz71K4W9qImJ2B-138" style="edgeStyle=orthogonalEdgeStyle;rounded=0;orthogonalLoop=1;jettySize=auto;html=1;entryX=1;entryY=0.5;entryDx=0;entryDy=0;exitX=0.445;exitY=0.959;exitDx=0;exitDy=0;exitPerimeter=0;endArrow=none;endFill=0;" target="VC9RXPg_d_1Dh3A2mj1C-11">
          <mxGeometry relative="1" as="geometry">
            <Array as="points">
              <mxPoint x="1101" y="278" />
            </Array>
            <mxPoint x="1095.0226315789475" y="248" as="sourcePoint" />
            <mxPoint x="714.97" y="278" as="targetPoint" />
          </mxGeometry>
        </mxCell>
-         <mxCell id="KmSjKLGz71K4W9qImJ2B-123" parent="1" style="swimlane;fontStyle=1;align=center;verticalAlign=top;childLayout=stackLayout;horizontal=1;startSize=26;horizontalStack=0;resizeParent=1;resizeParentMax=0;resizeLast=0;collapsible=1;marginBottom=0;whiteSpace=wrap;html=1;" value="Estante" vertex="1">
+         <mxCell id="KmSjKLGz71K4W9qImJ2B-123" parent="1" style="swimlane;fontStyle=1;align=center;verticalAlign=top;childLayout=stackLayout;horizontal=1;startSize=26;horizontalStack=0;resizeParent=1;resizeParentMax=0;resizeLast=0;collapsible=1;marginBottom=0;whiteSpace=wrap;html=1;" value="Bookcase" vertex="1">
          <mxGeometry height="274" width="340" x="950" y="-170" as="geometry" />
        </mxCell>
        <mxCell id="KmSjKLGz71K4W9qImJ2B-124" parent="KmSjKLGz71K4W9qImJ2B-123" style="text;strokeColor=none;fillColor=none;align=left;verticalAlign=top;spacingLeft=4;spacingRight=4;overflow=hidden;rotatable=0;points=[[0,0.5],[1,0.5]];portConstraint=eastwest;whiteSpace=wrap;html=1;" value="- id: Long" vertex="1">
          <mxGeometry height="26" width="340" y="26" as="geometry" />
        </mxCell>
        <mxCell id="KmSjKLGz71K4W9qImJ2B-125" parent="KmSjKLGz71K4W9qImJ2B-123" style="text;strokeColor=none;fillColor=none;align=left;verticalAlign=top;spacingLeft=4;spacingRight=4;overflow=hidden;rotatable=0;points=[[0,0.5],[1,0.5]];portConstraint=eastwest;whiteSpace=wrap;html=1;" value="- name: String" vertex="1">
          <mxGeometry height="26" width="340" y="52" as="geometry" />
        </mxCell>
        <mxCell id="KmSjKLGz71K4W9qImJ2B-126" parent="KmSjKLGz71K4W9qImJ2B-123" style="text;strokeColor=none;fillColor=none;align=left;verticalAlign=top;spacingLeft=4;spacingRight=4;overflow=hidden;rotatable=0;points=[[0,0.5],[1,0.5]];portConstraint=eastwest;whiteSpace=wrap;html=1;" value="- books: ArrayList&amp;lt;Livro&amp;gt;" vertex="1">
          <mxGeometry height="26" width="340" y="78" as="geometry" />
        </mxCell>
        <mxCell id="KmSjKLGz71K4W9qImJ2B-155" parent="KmSjKLGz71K4W9qImJ2B-123" style="text;strokeColor=none;fillColor=none;align=left;verticalAlign=top;spacingLeft=4;spacingRight=4;overflow=hidden;rotatable=0;points=[[0,0.5],[1,0.5]];portConstraint=eastwest;whiteSpace=wrap;html=1;" value="- gender: Arraylist&amp;lt;Enum&amp;gt;" vertex="1">
          <mxGeometry height="26" width="340" y="104" as="geometry" />
        </mxCell>
        <mxCell id="KmSjKLGz71K4W9qImJ2B-129" parent="KmSjKLGz71K4W9qImJ2B-123" style="line;strokeWidth=1;fillColor=none;align=left;verticalAlign=middle;spacingTop=-1;spacingLeft=3;spacingRight=3;rotatable=0;labelPosition=right;points=[];portConstraint=eastwest;strokeColor=inherit;" value="" vertex="1">
          <mxGeometry height="14" width="340" y="130" as="geometry" />
        </mxCell>
        <mxCell id="KmSjKLGz71K4W9qImJ2B-130" parent="KmSjKLGz71K4W9qImJ2B-123" style="text;strokeColor=none;fillColor=none;align=left;verticalAlign=top;spacingLeft=4;spacingRight=4;overflow=hidden;rotatable=0;points=[[0,0.5],[1,0.5]];portConstraint=eastwest;whiteSpace=wrap;html=1;" value="+ getId(): Long" vertex="1">
          <mxGeometry height="26" width="340" y="144" as="geometry" />
        </mxCell>
        <mxCell id="KmSjKLGz71K4W9qImJ2B-131" parent="KmSjKLGz71K4W9qImJ2B-123" style="text;strokeColor=none;fillColor=none;align=left;verticalAlign=top;spacingLeft=4;spacingRight=4;overflow=hidden;rotatable=0;points=[[0,0.5],[1,0.5]];portConstraint=eastwest;whiteSpace=wrap;html=1;" value="+ getName():String" vertex="1">
          <mxGeometry height="26" width="340" y="170" as="geometry" />
        </mxCell>
        <mxCell id="KmSjKLGz71K4W9qImJ2B-135" parent="KmSjKLGz71K4W9qImJ2B-123" style="text;strokeColor=none;fillColor=none;align=left;verticalAlign=top;spacingLeft=4;spacingRight=4;overflow=hidden;rotatable=0;points=[[0,0.5],[1,0.5]];portConstraint=eastwest;whiteSpace=wrap;html=1;" value="+ setName(String name): String" vertex="1">
          <mxGeometry height="26" width="340" y="196" as="geometry" />
        </mxCell>
        <mxCell id="KmSjKLGz71K4W9qImJ2B-136" parent="KmSjKLGz71K4W9qImJ2B-123" style="text;strokeColor=none;fillColor=none;align=left;verticalAlign=top;spacingLeft=4;spacingRight=4;overflow=hidden;rotatable=0;points=[[0,0.5],[1,0.5]];portConstraint=eastwest;whiteSpace=wrap;html=1;" value="+ setEmail(String email): String" vertex="1">
          <mxGeometry height="26" width="340" y="222" as="geometry" />
        </mxCell>
        <mxCell id="KmSjKLGz71K4W9qImJ2B-138" parent="KmSjKLGz71K4W9qImJ2B-123" style="text;strokeColor=none;fillColor=none;align=left;verticalAlign=top;spacingLeft=4;spacingRight=4;overflow=hidden;rotatable=0;points=[[0,0.5],[1,0.5]];portConstraint=eastwest;whiteSpace=wrap;html=1;" value="+ setGender(Arraylist&amp;lt;Enum&amp;gt; tags): ArrayList&amp;lt;Enum&amp;gt;" vertex="1">
          <mxGeometry height="26" width="340" y="248" as="geometry" />
        </mxCell>
        <mxCell id="KmSjKLGz71K4W9qImJ2B-171" parent="1" style="text;html=1;align=center;verticalAlign=middle;resizable=0;points=[];autosize=1;strokeColor=none;fillColor=none;" value="(1,1)" vertex="1">
          <mxGeometry height="30" width="50" x="370" y="-33" as="geometry" />
        </mxCell>
        <mxCell id="KmSjKLGz71K4W9qImJ2B-172" parent="1" style="text;html=1;align=center;verticalAlign=middle;resizable=0;points=[];autosize=1;strokeColor=none;fillColor=none;" value="(1,n)" vertex="1">
          <mxGeometry height="30" width="50" x="880" y="-40" as="geometry" />
        </mxCell>
        <mxCell id="KmSjKLGz71K4W9qImJ2B-173" parent="1" style="text;html=1;align=center;verticalAlign=middle;resizable=0;points=[];autosize=1;strokeColor=none;fillColor=none;" value="(1,n)" vertex="1">
          <mxGeometry height="30" width="50" x="770" y="518" as="geometry" />
        </mxCell>
        <mxCell id="VC9RXPg_d_1Dh3A2mj1C-2" edge="1" parent="1" source="VC9RXPg_d_1Dh3A2mj1C-1" style="edgeStyle=orthogonalEdgeStyle;rounded=0;orthogonalLoop=1;jettySize=auto;html=1;entryX=1;entryY=0.5;entryDx=0;entryDy=0;" target="KmSjKLGz71K4W9qImJ2B-84">
          <mxGeometry relative="1" as="geometry" />
        </mxCell>
        <mxCell id="VC9RXPg_d_1Dh3A2mj1C-1" parent="1" style="shape=rhombus;perimeter=rhombusPerimeter;whiteSpace=wrap;html=1;align=center;" value="Usuario pede emprestimo de&lt;div&gt;livro&lt;/div&gt;" vertex="1">
          <mxGeometry height="153" width="220" x="-260" y="-109.5" as="geometry" />
        </mxCell>
        <mxCell id="VC9RXPg_d_1Dh3A2mj1C-4" parent="1" style="shape=rhombus;perimeter=rhombusPerimeter;whiteSpace=wrap;html=1;align=center;" value="Tem" vertex="1">
          <mxGeometry height="60" width="120" x="620" y="-33" as="geometry" />
        </mxCell>
        <mxCell id="VC9RXPg_d_1Dh3A2mj1C-8" parent="1" style="shape=rhombus;perimeter=rhombusPerimeter;whiteSpace=wrap;html=1;align=center;" value="Tem" vertex="1">
          <mxGeometry height="60" width="120" x="560" y="522" as="geometry" />
        </mxCell>
        <mxCell id="VC9RXPg_d_1Dh3A2mj1C-11" parent="1" style="shape=rhombus;perimeter=rhombusPerimeter;whiteSpace=wrap;html=1;align=center;" value="possui" vertex="1">
          <mxGeometry height="60" width="120" x="560" y="248" as="geometry" />
        </mxCell>
        <mxCell id="VC9RXPg_d_1Dh3A2mj1C-13" edge="1" parent="1" source="VC9RXPg_d_1Dh3A2mj1C-11" style="edgeStyle=orthogonalEdgeStyle;rounded=0;orthogonalLoop=1;jettySize=auto;html=1;entryX=0.542;entryY=0.005;entryDx=0;entryDy=0;entryPerimeter=0;" target="KmSjKLGz71K4W9qImJ2B-35">
          <mxGeometry relative="1" as="geometry" />
        </mxCell>
        <mxCell id="VC9RXPg_d_1Dh3A2mj1C-14" parent="1" style="text;html=1;align=center;verticalAlign=middle;resizable=0;points=[];autosize=1;strokeColor=none;fillColor=none;" value="(1,1)" vertex="1">
          <mxGeometry height="30" width="50" x="1040" y="218" as="geometry" />
        </mxCell>
        <mxCell id="VC9RXPg_d_1Dh3A2mj1C-15" parent="1" style="text;html=1;align=center;verticalAlign=middle;resizable=0;points=[];autosize=1;strokeColor=none;fillColor=none;" value="(1,n)" vertex="1">
          <mxGeometry height="30" width="50" x="310" y="308" as="geometry" />
        </mxCell>
        <mxCell id="VC9RXPg_d_1Dh3A2mj1C-35" edge="1" parent="1" source="VC9RXPg_d_1Dh3A2mj1C-20" style="edgeStyle=orthogonalEdgeStyle;rounded=0;orthogonalLoop=1;jettySize=auto;html=1;endArrow=none;endFill=0;" target="VC9RXPg_d_1Dh3A2mj1C-34">
          <mxGeometry relative="1" as="geometry" />
        </mxCell>
-         <mxCell id="VC9RXPg_d_1Dh3A2mj1C-20" parent="1" style="verticalAlign=top;align=left;overflow=fill;html=1;whiteSpace=wrap;" value="&lt;p style=&quot;margin:0px;margin-top:4px;text-align:center;&quot;&gt;&lt;b&gt;Estoque&lt;/b&gt;&lt;/p&gt;&lt;hr size=&quot;1&quot; style=&quot;border-style:solid;&quot;&gt;&lt;p style=&quot;margin:0px;margin-left:4px;&quot;&gt;- id:Long&lt;/p&gt;&lt;p style=&quot;margin:0px;margin-left:4px;&quot;&gt;- books:Arraylist&amp;lt;Livro&amp;gt;&lt;/p&gt;&lt;hr size=&quot;1&quot; style=&quot;border-style:solid;&quot;&gt;&lt;p style=&quot;margin:0px;margin-left:4px;&quot;&gt;+ getId():Long&lt;/p&gt;&lt;p style=&quot;margin:0px;margin-left:4px;&quot;&gt;+ getBooks():ArrayList&amp;lt;Book&amp;gt;&lt;/p&gt;&lt;p style=&quot;margin:0px;margin-left:4px;&quot;&gt;+ setBooks(): ArrayList&amp;lt;Book&amp;gt;&lt;/p&gt;" vertex="1">
+         <mxCell id="VC9RXPg_d_1Dh3A2mj1C-20" parent="1" style="verticalAlign=top;align=left;overflow=fill;html=1;whiteSpace=wrap;" value="&lt;p style=&quot;margin:0px;margin-top:4px;text-align:center;&quot;&gt;&lt;b&gt;Stock&lt;/b&gt;&lt;/p&gt;&lt;hr size=&quot;1&quot; style=&quot;border-style:solid;&quot;&gt;&lt;p style=&quot;margin:0px;margin-left:4px;&quot;&gt;- id:Long&lt;/p&gt;&lt;p style=&quot;margin:0px;margin-left:4px;&quot;&gt;- books:Arraylist&amp;lt;Livro&amp;gt;&lt;/p&gt;&lt;hr size=&quot;1&quot; style=&quot;border-style:solid;&quot;&gt;&lt;p style=&quot;margin:0px;margin-left:4px;&quot;&gt;+ getId():Long&lt;/p&gt;&lt;p style=&quot;margin:0px;margin-left:4px;&quot;&gt;+ getBooks():ArrayList&amp;lt;Book&amp;gt;&lt;/p&gt;&lt;p style=&quot;margin:0px;margin-left:4px;&quot;&gt;+ setBooks(): ArrayList&amp;lt;Book&amp;gt;&lt;/p&gt;" vertex="1">
          <mxGeometry height="140" width="190" x="-360" y="521" as="geometry" />
-         </mxCell>
-         <mxCell id="VC9RXPg_d_1Dh3A2mj1C-21" parent="1" style="verticalAlign=top;align=left;overflow=fill;html=1;whiteSpace=wrap;" value="&lt;p style=&quot;margin:0px;margin-top:4px;text-align:center;&quot;&gt;&lt;i&gt;&amp;lt;&amp;lt;Interface&amp;gt;&amp;gt;&lt;/i&gt;&lt;br&gt;&lt;b&gt;IMulta&lt;/b&gt;&lt;/p&gt;&lt;hr size=&quot;1&quot; style=&quot;border-style:solid;&quot;&gt;&lt;p style=&quot;margin:0px;margin-left:4px;&quot;&gt;+ valuePenalty: Double&lt;br&gt;&lt;/p&gt;&lt;hr size=&quot;1&quot; style=&quot;border-style:solid;&quot;&gt;&lt;p style=&quot;margin:0px;margin-left:4px;&quot;&gt;+ CalcValuePenaltyByDayPassed(Emprestimo loan): Double&lt;br&gt;&lt;br&gt;&lt;/p&gt;" vertex="1">
-           <mxGeometry height="140" width="280" x="-1580" y="-413" as="geometry" />
        </mxCell>
        <mxCell id="VC9RXPg_d_1Dh3A2mj1C-36" edge="1" parent="1" source="VC9RXPg_d_1Dh3A2mj1C-34" style="edgeStyle=orthogonalEdgeStyle;rounded=0;orthogonalLoop=1;jettySize=auto;html=1;" target="KmSjKLGz71K4W9qImJ2B-35">
          <mxGeometry relative="1" as="geometry" />
        </mxCell>
        <mxCell id="VC9RXPg_d_1Dh3A2mj1C-34" parent="1" style="shape=rhombus;perimeter=rhombusPerimeter;whiteSpace=wrap;html=1;align=center;" value="Tem" vertex="1">
          <mxGeometry height="60" width="120" x="-80" y="561" as="geometry" />
        </mxCell>
        <mxCell id="VC9RXPg_d_1Dh3A2mj1C-37" parent="1" style="text;html=1;align=center;verticalAlign=middle;resizable=0;points=[];autosize=1;strokeColor=none;fillColor=none;" value="(1,1)" vertex="1">
          <mxGeometry height="30" width="50" x="-160" y="552" as="geometry" />
        </mxCell>
        <mxCell id="VC9RXPg_d_1Dh3A2mj1C-38" parent="1" style="text;html=1;align=center;verticalAlign=middle;resizable=0;points=[];autosize=1;strokeColor=none;fillColor=none;" value="(1,n)" vertex="1">
          <mxGeometry height="30" width="50" x="90" y="552" as="geometry" />
        </mxCell>
        <mxCell id="-JATr5RUl8CMmcubA7B9-1" edge="1" parent="1" source="VC9RXPg_d_1Dh3A2mj1C-43" style="edgeStyle=orthogonalEdgeStyle;rounded=0;orthogonalLoop=1;jettySize=auto;html=1;entryX=0.025;entryY=0.511;entryDx=0;entryDy=0;entryPerimeter=0;endArrow=none;endFill=0;exitX=0.999;exitY=0.458;exitDx=0;exitDy=0;exitPerimeter=0;" target="-JATr5RUl8CMmcubA7B9-2">
          <mxGeometry relative="1" as="geometry">
            <mxPoint x="-1300" y="38.65" as="sourcePoint" />
            <mxPoint x="-1093.04" y="39.31000000000008" as="targetPoint" />
          </mxGeometry>
        </mxCell>
-         <mxCell id="VC9RXPg_d_1Dh3A2mj1C-41" parent="1" style="swimlane;fontStyle=1;align=center;verticalAlign=top;childLayout=stackLayout;horizontal=1;startSize=26;horizontalStack=0;resizeParent=1;resizeParentMax=0;resizeLast=0;collapsible=1;marginBottom=0;whiteSpace=wrap;html=1;" value="Multa" vertex="1">
+         <mxCell id="VC9RXPg_d_1Dh3A2mj1C-41" parent="1" style="swimlane;fontStyle=1;align=center;verticalAlign=top;childLayout=stackLayout;horizontal=1;startSize=26;horizontalStack=0;resizeParent=1;resizeParentMax=0;resizeLast=0;collapsible=1;marginBottom=0;whiteSpace=wrap;html=1;" value="Penalty" vertex="1">
          <mxGeometry height="398" width="280" x="-1570" y="-160" as="geometry" />
        </mxCell>
        <mxCell id="VC9RXPg_d_1Dh3A2mj1C-42" parent="VC9RXPg_d_1Dh3A2mj1C-41" style="text;strokeColor=none;fillColor=none;align=left;verticalAlign=top;spacingLeft=4;spacingRight=4;overflow=hidden;rotatable=0;points=[[0,0.5],[1,0.5]];portConstraint=eastwest;whiteSpace=wrap;html=1;" value="- Id: Long" vertex="1">
          <mxGeometry height="26" width="280" y="26" as="geometry" />
        </mxCell>
        <mxCell id="VC9RXPg_d_1Dh3A2mj1C-47" parent="VC9RXPg_d_1Dh3A2mj1C-41" style="text;strokeColor=none;fillColor=none;align=left;verticalAlign=top;spacingLeft=4;spacingRight=4;overflow=hidden;rotatable=0;points=[[0,0.5],[1,0.5]];portConstraint=eastwest;whiteSpace=wrap;html=1;" value="- payed: Boolean" vertex="1">
          <mxGeometry height="26" width="280" y="52" as="geometry" />
        </mxCell>
        <mxCell id="VC9RXPg_d_1Dh3A2mj1C-51" parent="VC9RXPg_d_1Dh3A2mj1C-41" style="text;strokeColor=none;fillColor=none;align=left;verticalAlign=top;spacingLeft=4;spacingRight=4;overflow=hidden;rotatable=0;points=[[0,0.5],[1,0.5]];portConstraint=eastwest;whiteSpace=wrap;html=1;" value="- Emprestimo loan" vertex="1">
          <mxGeometry height="26" width="280" y="78" as="geometry" />
        </mxCell>
        <mxCell id="VC9RXPg_d_1Dh3A2mj1C-48" parent="VC9RXPg_d_1Dh3A2mj1C-41" style="text;strokeColor=none;fillColor=none;align=left;verticalAlign=top;spacingLeft=4;spacingRight=4;overflow=hidden;rotatable=0;points=[[0,0.5],[1,0.5]];portConstraint=eastwest;whiteSpace=wrap;html=1;" value="- payedDate: LocalDate" vertex="1">
          <mxGeometry height="26" width="280" y="104" as="geometry" />
        </mxCell>
        <mxCell id="dsXsR4ag7PACNrRJgRpK-23" parent="VC9RXPg_d_1Dh3A2mj1C-41" style="text;strokeColor=none;fillColor=none;align=left;verticalAlign=top;spacingLeft=4;spacingRight=4;overflow=hidden;rotatable=0;points=[[0,0.5],[1,0.5]];portConstraint=eastwest;whiteSpace=wrap;html=1;" value="- penaltyDate: LocalDate" vertex="1">
          <mxGeometry height="26" width="280" y="130" as="geometry" />
        </mxCell>
        <mxCell id="dsXsR4ag7PACNrRJgRpK-22" parent="VC9RXPg_d_1Dh3A2mj1C-41" style="text;strokeColor=none;fillColor=none;align=left;verticalAlign=top;spacingLeft=4;spacingRight=4;overflow=hidden;rotatable=0;points=[[0,0.5],[1,0.5]];portConstraint=eastwest;whiteSpace=wrap;html=1;" value="- Status: Enum" vertex="1">
          <mxGeometry height="26" width="280" y="156" as="geometry" />
        </mxCell>
        <mxCell id="VC9RXPg_d_1Dh3A2mj1C-43" parent="VC9RXPg_d_1Dh3A2mj1C-41" style="line;strokeWidth=1;fillColor=none;align=left;verticalAlign=middle;spacingTop=-1;spacingLeft=3;spacingRight=3;rotatable=0;labelPosition=right;points=[];portConstraint=eastwest;strokeColor=inherit;" value="" vertex="1">
          <mxGeometry height="8" width="280" y="182" as="geometry" />
        </mxCell>
        <mxCell id="VC9RXPg_d_1Dh3A2mj1C-49" parent="VC9RXPg_d_1Dh3A2mj1C-41" style="text;strokeColor=none;fillColor=none;align=left;verticalAlign=top;spacingLeft=4;spacingRight=4;overflow=hidden;rotatable=0;points=[[0,0.5],[1,0.5]];portConstraint=eastwest;whiteSpace=wrap;html=1;" value="+ isPayed(): Boolean" vertex="1">
          <mxGeometry height="26" width="280" y="190" as="geometry" />
        </mxCell>
        <mxCell id="VC9RXPg_d_1Dh3A2mj1C-50" parent="VC9RXPg_d_1Dh3A2mj1C-41" style="text;strokeColor=none;fillColor=none;align=left;verticalAlign=top;spacingLeft=4;spacingRight=4;overflow=hidden;rotatable=0;points=[[0,0.5],[1,0.5]];portConstraint=eastwest;whiteSpace=wrap;html=1;" value="+ getPayedDate: LocalDate" vertex="1">
          <mxGeometry height="26" width="280" y="216" as="geometry" />
        </mxCell>
        <mxCell id="VC9RXPg_d_1Dh3A2mj1C-52" parent="VC9RXPg_d_1Dh3A2mj1C-41" style="text;strokeColor=none;fillColor=none;align=left;verticalAlign=top;spacingLeft=4;spacingRight=4;overflow=hidden;rotatable=0;points=[[0,0.5],[1,0.5]];portConstraint=eastwest;whiteSpace=wrap;html=1;" value="+ getLoan():Emprestimo" vertex="1">
          <mxGeometry height="26" width="280" y="242" as="geometry" />
        </mxCell>
        <mxCell id="VC9RXPg_d_1Dh3A2mj1C-53" parent="VC9RXPg_d_1Dh3A2mj1C-41" style="text;strokeColor=none;fillColor=none;align=left;verticalAlign=top;spacingLeft=4;spacingRight=4;overflow=hidden;rotatable=0;points=[[0,0.5],[1,0.5]];portConstraint=eastwest;whiteSpace=wrap;html=1;" value="+ setPayed(Boolean isPayed):Boolean" vertex="1">
          <mxGeometry height="26" width="280" y="268" as="geometry" />
        </mxCell>
        <mxCell id="VC9RXPg_d_1Dh3A2mj1C-54" parent="VC9RXPg_d_1Dh3A2mj1C-41" style="text;strokeColor=none;fillColor=none;align=left;verticalAlign=top;spacingLeft=4;spacingRight=4;overflow=hidden;rotatable=0;points=[[0,0.5],[1,0.5]];portConstraint=eastwest;whiteSpace=wrap;html=1;" value="+ setLoan(Boolean isPayed):Boolean" vertex="1">
          <mxGeometry height="26" width="280" y="294" as="geometry" />
        </mxCell>
        <mxCell id="VC9RXPg_d_1Dh3A2mj1C-55" parent="VC9RXPg_d_1Dh3A2mj1C-41" style="text;strokeColor=none;fillColor=none;align=left;verticalAlign=top;spacingLeft=4;spacingRight=4;overflow=hidden;rotatable=0;points=[[0,0.5],[1,0.5]];portConstraint=eastwest;whiteSpace=wrap;html=1;" value="+ setPayedDate(LocalDate date):LocalDate" vertex="1">
          <mxGeometry height="26" width="280" y="320" as="geometry" />
        </mxCell>
        <mxCell id="dsXsR4ag7PACNrRJgRpK-24" parent="VC9RXPg_d_1Dh3A2mj1C-41" style="text;strokeColor=none;fillColor=none;align=left;verticalAlign=top;spacingLeft=4;spacingRight=4;overflow=hidden;rotatable=0;points=[[0,0.5],[1,0.5]];portConstraint=eastwest;whiteSpace=wrap;html=1;" value="+ setPenaltyDate(LocalDate date):LocalDate" vertex="1">
          <mxGeometry height="26" width="280" y="346" as="geometry" />
        </mxCell>
        <mxCell id="dsXsR4ag7PACNrRJgRpK-25" parent="VC9RXPg_d_1Dh3A2mj1C-41" style="text;strokeColor=none;fillColor=none;align=left;verticalAlign=top;spacingLeft=4;spacingRight=4;overflow=hidden;rotatable=0;points=[[0,0.5],[1,0.5]];portConstraint=eastwest;whiteSpace=wrap;html=1;" value="+ setStatus(Enum status ):void" vertex="1">
          <mxGeometry height="26" width="280" y="372" as="geometry" />
        </mxCell>
-         <mxCell id="VC9RXPg_d_1Dh3A2mj1C-45" edge="1" parent="1" source="VC9RXPg_d_1Dh3A2mj1C-41" style="edgeStyle=orthogonalEdgeStyle;rounded=0;orthogonalLoop=1;jettySize=auto;html=1;entryX=0.536;entryY=1.021;entryDx=0;entryDy=0;entryPerimeter=0;" target="VC9RXPg_d_1Dh3A2mj1C-21">
-           <mxGeometry relative="1" as="geometry" />
-         </mxCell>
        <mxCell id="dsXsR4ag7PACNrRJgRpK-2" edge="1" parent="1" source="dsXsR4ag7PACNrRJgRpK-1" style="edgeStyle=orthogonalEdgeStyle;rounded=0;orthogonalLoop=1;jettySize=auto;html=1;entryX=0.5;entryY=1;entryDx=0;entryDy=0;endArrow=none;endFill=0;" target="dsXsR4ag7PACNrRJgRpK-3">
          <mxGeometry relative="1" as="geometry">
            <mxPoint x="-595" y="660" as="targetPoint" />
          </mxGeometry>
        </mxCell>
        <mxCell id="dsXsR4ag7PACNrRJgRpK-7" edge="1" parent="1" source="dsXsR4ag7PACNrRJgRpK-1" style="edgeStyle=orthogonalEdgeStyle;rounded=0;orthogonalLoop=1;jettySize=auto;html=1;" target="dsXsR4ag7PACNrRJgRpK-8">
          <mxGeometry relative="1" as="geometry">
            <mxPoint x="-250" y="870" as="targetPoint" />
          </mxGeometry>
        </mxCell>
-         <mxCell id="dsXsR4ag7PACNrRJgRpK-1" parent="1" style="verticalAlign=top;align=left;overflow=fill;html=1;whiteSpace=wrap;" value="&lt;p style=&quot;margin:0px;margin-top:4px;text-align:center;&quot;&gt;&lt;b&gt;Movimentacao&lt;/b&gt;&lt;/p&gt;&lt;hr size=&quot;1&quot; style=&quot;border-style:solid;&quot;&gt;&lt;p style=&quot;margin:0px;margin-left:4px;&quot;&gt;- id:Long&lt;/p&gt;&lt;p style=&quot;margin:0px;margin-left:4px;&quot;&gt;- stock: Estoque&lt;/p&gt;&lt;p style=&quot;margin:0px;margin-left:4px;&quot;&gt;- lean: Emprestimo&lt;/p&gt;&lt;p style=&quot;margin:0px;margin-left:4px;&quot;&gt;- typeItem: Enum&lt;/p&gt;&lt;p style=&quot;margin:0px;margin-left:4px;&quot;&gt;- qtd: int&lt;/p&gt;&lt;p style=&quot;margin:0px;margin-left:4px;&quot;&gt;&lt;span style=&quot;background-color: transparent; color: light-dark(rgb(0, 0, 0), rgb(255, 255, 255));&quot;&gt;- createdDate: LocalDate&lt;/span&gt;&lt;/p&gt;&lt;hr size=&quot;1&quot; style=&quot;border-style:solid;&quot;&gt;&lt;p style=&quot;margin:0px;margin-left:4px;&quot;&gt;+ getId():Long&lt;/p&gt;&lt;p style=&quot;margin:0px;margin-left:4px;&quot;&gt;+ getStock(): Estoque&lt;/p&gt;&lt;p style=&quot;margin:0px;margin-left:4px;&quot;&gt;+ setQtd(int qtd): int&lt;/p&gt;&lt;p style=&quot;margin:0px;margin-left:4px;&quot;&gt;+ setTypeItem(Enum type):void&lt;/p&gt;&lt;p style=&quot;margin:0px;margin-left:4px;&quot;&gt;&lt;br&gt;&lt;/p&gt;" vertex="1">
+         <mxCell id="dsXsR4ag7PACNrRJgRpK-1" parent="1" style="verticalAlign=top;align=left;overflow=fill;html=1;whiteSpace=wrap;" value="&lt;p style=&quot;margin:0px;margin-top:4px;text-align:center;&quot;&gt;&lt;b&gt;Moviment&lt;/b&gt;&lt;/p&gt;&lt;hr size=&quot;1&quot; style=&quot;border-style:solid;&quot;&gt;&lt;p style=&quot;margin:0px;margin-left:4px;&quot;&gt;- id:Long&lt;/p&gt;&lt;p style=&quot;margin:0px;margin-left:4px;&quot;&gt;- stock: Estoque&lt;/p&gt;&lt;p style=&quot;margin:0px;margin-left:4px;&quot;&gt;- lean: Emprestimo&lt;/p&gt;&lt;p style=&quot;margin:0px;margin-left:4px;&quot;&gt;- typeItem: Enum&lt;/p&gt;&lt;p style=&quot;margin:0px;margin-left:4px;&quot;&gt;- qtd: int&lt;/p&gt;&lt;p style=&quot;margin:0px;margin-left:4px;&quot;&gt;&lt;span style=&quot;background-color: transparent; color: light-dark(rgb(0, 0, 0), rgb(255, 255, 255));&quot;&gt;- createdDate: LocalDate&lt;/span&gt;&lt;/p&gt;&lt;hr size=&quot;1&quot; style=&quot;border-style:solid;&quot;&gt;&lt;p style=&quot;margin:0px;margin-left:4px;&quot;&gt;+ getId():Long&lt;/p&gt;&lt;p style=&quot;margin:0px;margin-left:4px;&quot;&gt;+ getStock(): Estoque&lt;/p&gt;&lt;p style=&quot;margin:0px;margin-left:4px;&quot;&gt;+ setQtd(int qtd): int&lt;/p&gt;&lt;p style=&quot;margin:0px;margin-left:4px;&quot;&gt;+ setTypeItem(Enum type):void&lt;/p&gt;&lt;p style=&quot;margin:0px;margin-left:4px;&quot;&gt;&lt;br&gt;&lt;/p&gt;" vertex="1">
          <mxGeometry height="200" width="210" x="-717.5" y="820" as="geometry" />
        </mxCell>
        <mxCell id="dsXsR4ag7PACNrRJgRpK-4" edge="1" parent="1" source="dsXsR4ag7PACNrRJgRpK-3" style="edgeStyle=orthogonalEdgeStyle;rounded=0;orthogonalLoop=1;jettySize=auto;html=1;entryX=0.462;entryY=1.032;entryDx=0;entryDy=0;entryPerimeter=0;" target="VC9RXPg_d_1Dh3A2mj1C-31">
          <mxGeometry relative="1" as="geometry">
            <mxPoint x="-595.1999999999998" y="383.45399999999995" as="targetPoint" />
          </mxGeometry>
        </mxCell>
        <mxCell id="dsXsR4ag7PACNrRJgRpK-3" parent="1" style="shape=rhombus;perimeter=rhombusPerimeter;whiteSpace=wrap;html=1;align=center;" value="retira livros/devovle" vertex="1">
          <mxGeometry height="80" width="155" x="-690" y="596" as="geometry" />
        </mxCell>
        <mxCell id="dsXsR4ag7PACNrRJgRpK-5" parent="1" style="text;html=1;align=center;verticalAlign=middle;resizable=0;points=[];autosize=1;strokeColor=none;fillColor=none;" value="(1,1)" vertex="1">
          <mxGeometry height="30" width="50" x="-580" y="450" as="geometry" />
        </mxCell>
        <mxCell id="dsXsR4ag7PACNrRJgRpK-6" parent="1" style="text;html=1;align=center;verticalAlign=middle;resizable=0;points=[];autosize=1;strokeColor=none;fillColor=none;" value="(1,1)" vertex="1">
          <mxGeometry height="30" width="50" x="-567.5" y="780" as="geometry" />
        </mxCell>
        <mxCell id="dsXsR4ag7PACNrRJgRpK-8" parent="1" style="shape=rhombus;perimeter=rhombusPerimeter;whiteSpace=wrap;html=1;align=center;" value="entrada/saida" vertex="1">
          <mxGeometry height="60" width="120" x="-310" y="899" as="geometry" />
        </mxCell>
        <mxCell id="dsXsR4ag7PACNrRJgRpK-9" edge="1" parent="1" source="dsXsR4ag7PACNrRJgRpK-8" style="edgeStyle=orthogonalEdgeStyle;rounded=0;orthogonalLoop=1;jettySize=auto;html=1;entryX=0.583;entryY=1.003;entryDx=0;entryDy=0;entryPerimeter=0;" target="VC9RXPg_d_1Dh3A2mj1C-20">
          <mxGeometry relative="1" as="geometry">
            <mxPoint x="-250" y="690" as="targetPoint" />
          </mxGeometry>
        </mxCell>
        <mxCell id="dsXsR4ag7PACNrRJgRpK-13" parent="1" style="text;html=1;align=center;verticalAlign=middle;resizable=0;points=[];autosize=1;strokeColor=none;fillColor=none;" value="(1,n)" vertex="1">
          <mxGeometry height="30" width="50" x="-490" y="890" as="geometry" />
        </mxCell>
        <mxCell id="dsXsR4ag7PACNrRJgRpK-14" parent="1" style="text;html=1;align=center;verticalAlign=middle;resizable=0;points=[];autosize=1;strokeColor=none;fillColor=none;" value="(1,n)" vertex="1">
          <mxGeometry height="30" width="50" x="-310" y="670" as="geometry" />
        </mxCell>
        <mxCell id="-JATr5RUl8CMmcubA7B9-2" parent="1" style="shape=rhombus;perimeter=rhombusPerimeter;whiteSpace=wrap;html=1;align=center;" value="Possui" vertex="1">
          <mxGeometry height="60" width="120" x="-1110" y="-4" as="geometry" />
        </mxCell>
        <mxCell id="-JATr5RUl8CMmcubA7B9-3" edge="1" parent="1" source="-JATr5RUl8CMmcubA7B9-2" style="edgeStyle=orthogonalEdgeStyle;rounded=0;orthogonalLoop=1;jettySize=auto;html=1;entryX=0;entryY=0.5;entryDx=0;entryDy=0;entryPerimeter=0;" target="KmSjKLGz71K4W9qImJ2B-86">
          <mxGeometry relative="1" as="geometry" />
        </mxCell>
        <mxCell id="-JATr5RUl8CMmcubA7B9-4" parent="1" style="text;html=1;align=center;verticalAlign=middle;resizable=0;points=[];autosize=1;strokeColor=none;fillColor=none;" value="(1,1)" vertex="1">
          <mxGeometry height="30" width="50" x="-1280" y="-10" as="geometry" />
        </mxCell>
        <mxCell id="-JATr5RUl8CMmcubA7B9-5" parent="1" style="text;html=1;align=center;verticalAlign=middle;resizable=0;points=[];autosize=1;strokeColor=none;fillColor=none;" value="(1,1)" vertex="1">
          <mxGeometry height="30" width="50" x="-820" y="-48" as="geometry" />
        </mxCell>
      </root>
    </mxGraphModel>
  </diagram>
</mxfile>
